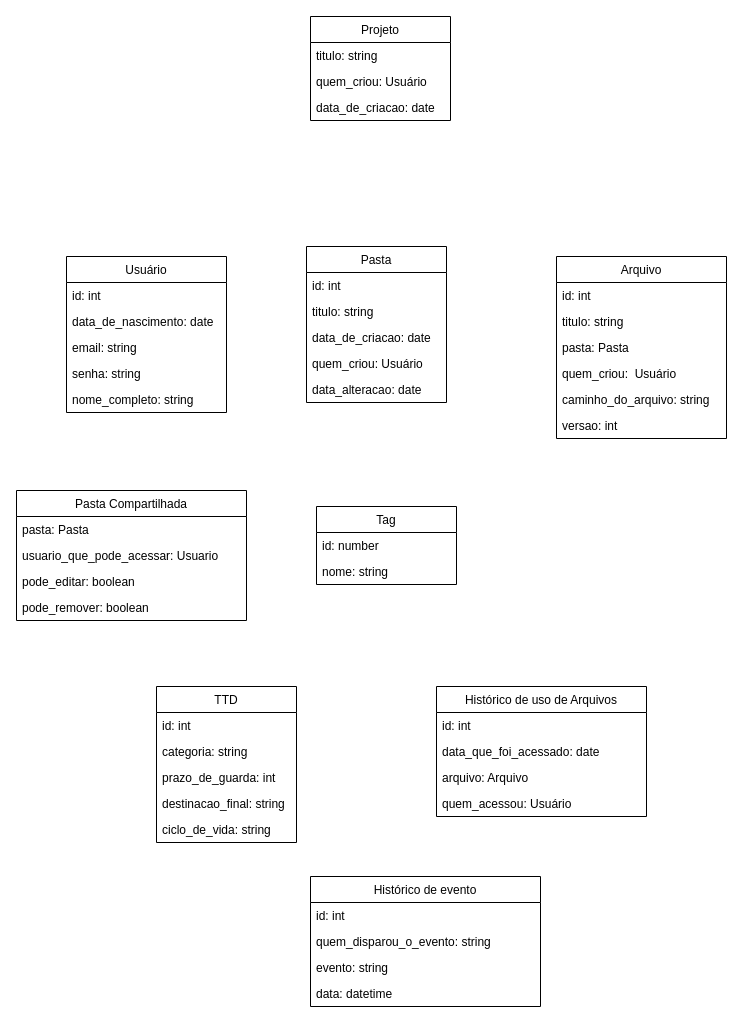
diaszin/GeD keeps this draw.io diagram as UML.drawio. Above is the earlier version. Source tidied: cells renumbered, new cells numbered last; positions are measured from the earlier drawing's top-left corner, leaving out a move shared by most shapes. Both pictures are drawn from the tidied source at 100%, with x=0, y=0 at pixel (16, 16).
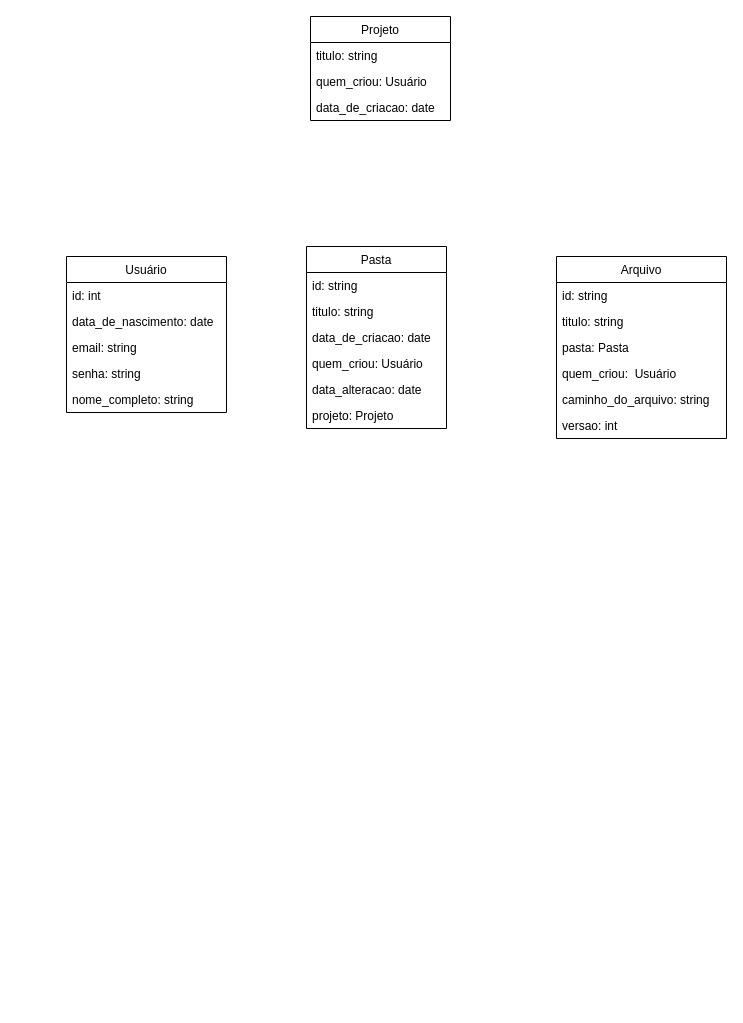
The same diagram, later.

The change refers to these unchanged cells:
```xml
<mxCell id="14" value="Arquivo" style="swimlane;fontStyle=0;horizontal=1;startSize=26;fillColor=none;" parent="1" vertex="1">
  <mxGeometry x="540" y="240" width="170" height="182" as="geometry" />
</mxCell>
```

Diff of the diagram source:
```diff
@@
     <mxCell id="8" value="Pasta" style="swimlane;fontStyle=0;horizontal=1;startSize=26;fillColor=none;" parent="1" vertex="1">
-      <mxGeometry x="290" y="230" width="140" height="156" as="geometry" />
+      <mxGeometry x="290" y="230" width="140" height="182" as="geometry" />
     </mxCell>
-    <mxCell id="9" value="id: int" style="text;strokeColor=none;fillColor=none;align=left;verticalAlign=top;spacingLeft=4;spacingRight=4;overflow=hidden;" parent="8" vertex="1">
+    <mxCell id="9" value="id: string" style="text;strokeColor=none;fillColor=none;align=left;verticalAlign=top;spacingLeft=4;spacingRight=4;overflow=hidden;" parent="8" vertex="1">
       <mxGeometry y="26" width="140" height="26" as="geometry" />
     </mxCell>
@@
+    <mxCell id="49" value="projeto: Projeto" style="text;strokeColor=none;fillColor=none;align=left;verticalAlign=top;spacingLeft=4;spacingRight=4;overflow=hidden;" parent="8" vertex="1">
+      <mxGeometry y="156" width="140" height="26" as="geometry" />
+    </mxCell>
@@
-    <mxCell id="15" value="id: int" style="text;strokeColor=none;fillColor=none;align=left;verticalAlign=top;spacingLeft=4;spacingRight=4;overflow=hidden;" parent="14" vertex="1">
+    <mxCell id="15" value="id: string" style="text;strokeColor=none;fillColor=none;align=left;verticalAlign=top;spacingLeft=4;spacingRight=4;overflow=hidden;" parent="14" vertex="1">
       <mxGeometry y="26" width="170" height="26" as="geometry" />
     </mxCell>
@@
-    <mxCell id="21" value="TTD" style="swimlane;fontStyle=0;horizontal=1;startSize=26;fillColor=none;" parent="1" vertex="1">
-      <mxGeometry x="140" y="670" width="140" height="156" as="geometry" />
-    </mxCell>
-    <mxCell id="22" value="id: int" style="text;strokeColor=none;fillColor=none;align=left;verticalAlign=top;spacingLeft=4;spacingRight=4;overflow=hidden;" parent="21" vertex="1">
-      <mxGeometry y="26" width="140" height="26" as="geometry" />
-    </mxCell>
-    <mxCell id="23" value="categoria: string" style="text;strokeColor=none;fillColor=none;align=left;verticalAlign=top;spacingLeft=4;spacingRight=4;overflow=hidden;" parent="21" vertex="1">
-      <mxGeometry y="52" width="140" height="26" as="geometry" />
-    </mxCell>
-    <mxCell id="24" value="prazo_de_guarda: int" style="text;strokeColor=none;fillColor=none;align=left;verticalAlign=top;spacingLeft=4;spacingRight=4;overflow=hidden;" parent="21" vertex="1">
-      <mxGeometry y="78" width="140" height="26" as="geometry" />
-    </mxCell>
-    <mxCell id="25" value="destinacao_final: string" style="text;strokeColor=none;fillColor=none;align=left;verticalAlign=top;spacingLeft=4;spacingRight=4;overflow=hidden;" parent="21" vertex="1">
-      <mxGeometry y="104" width="140" height="26" as="geometry" />
-    </mxCell>
-    <mxCell id="26" value="ciclo_de_vida: string" style="text;strokeColor=none;fillColor=none;align=left;verticalAlign=top;spacingLeft=4;spacingRight=4;overflow=hidden;" parent="21" vertex="1">
-      <mxGeometry y="130" width="140" height="26" as="geometry" />
-    </mxCell>
-    <mxCell id="27" value="Histórico de uso de Arquivos" style="swimlane;fontStyle=0;horizontal=1;startSize=26;fillColor=none;" parent="1" vertex="1">
-      <mxGeometry x="420" y="670" width="210" height="130" as="geometry" />
-    </mxCell>
-    <mxCell id="28" value="id: int" style="text;strokeColor=none;fillColor=none;align=left;verticalAlign=top;spacingLeft=4;spacingRight=4;overflow=hidden;" parent="27" vertex="1">
-      <mxGeometry y="26" width="210" height="26" as="geometry" />
-    </mxCell>
-    <mxCell id="29" value="data_que_foi_acessado: date" style="text;strokeColor=none;fillColor=none;align=left;verticalAlign=top;spacingLeft=4;spacingRight=4;overflow=hidden;" parent="27" vertex="1">
-      <mxGeometry y="52" width="210" height="26" as="geometry" />
-    </mxCell>
-    <mxCell id="30" value="arquivo: Arquivo" style="text;strokeColor=none;fillColor=none;align=left;verticalAlign=top;spacingLeft=4;spacingRight=4;overflow=hidden;" parent="27" vertex="1">
-      <mxGeometry y="78" width="210" height="26" as="geometry" />
-    </mxCell>
-    <mxCell id="31" value="quem_acessou: Usuário" style="text;strokeColor=none;fillColor=none;align=left;verticalAlign=top;spacingLeft=4;spacingRight=4;overflow=hidden;" parent="27" vertex="1">
-      <mxGeometry y="104" width="210" height="26" as="geometry" />
-    </mxCell>
@@
-    <mxCell id="36" value="Histórico de evento" style="swimlane;fontStyle=0;horizontal=1;startSize=26;fillColor=none;" parent="1" vertex="1">
-      <mxGeometry x="294" y="860" width="230" height="130" as="geometry" />
-    </mxCell>
-    <mxCell id="37" value="id: int" style="text;strokeColor=none;fillColor=none;align=left;verticalAlign=top;spacingLeft=4;spacingRight=4;overflow=hidden;" parent="36" vertex="1">
-      <mxGeometry y="26" width="230" height="26" as="geometry" />
-    </mxCell>
-    <mxCell id="38" value="quem_disparou_o_evento: string" style="text;strokeColor=none;fillColor=none;align=left;verticalAlign=top;spacingLeft=4;spacingRight=4;overflow=hidden;" parent="36" vertex="1">
-      <mxGeometry y="52" width="230" height="26" as="geometry" />
-    </mxCell>
-    <mxCell id="39" value="evento: string" style="text;strokeColor=none;fillColor=none;align=left;verticalAlign=top;spacingLeft=4;spacingRight=4;overflow=hidden;" parent="36" vertex="1">
-      <mxGeometry y="78" width="230" height="26" as="geometry" />
-    </mxCell>
-    <mxCell id="40" value="data: datetime" style="text;strokeColor=none;fillColor=none;align=left;verticalAlign=top;spacingLeft=4;spacingRight=4;overflow=hidden;" parent="36" vertex="1">
-      <mxGeometry y="104" width="230" height="26" as="geometry" />
-    </mxCell>
-    <mxCell id="41" value="Tag" style="swimlane;fontStyle=0;horizontal=1;startSize=26;fillColor=none;" parent="1" vertex="1">
-      <mxGeometry x="300" y="490" width="140" height="78" as="geometry" />
-    </mxCell>
-    <mxCell id="42" value="id: number" style="text;strokeColor=none;fillColor=none;align=left;verticalAlign=top;spacingLeft=4;spacingRight=4;overflow=hidden;" parent="41" vertex="1">
-      <mxGeometry y="26" width="140" height="26" as="geometry" />
-    </mxCell>
-    <mxCell id="43" value="nome: string" style="text;strokeColor=none;fillColor=none;align=left;verticalAlign=top;spacingLeft=4;spacingRight=4;overflow=hidden;" parent="41" vertex="1">
-      <mxGeometry y="52" width="140" height="26" as="geometry" />
-    </mxCell>
-    <mxCell id="44" value="Pasta Compartilhada" style="swimlane;fontStyle=0;horizontal=1;startSize=26;fillColor=none;" parent="1" vertex="1">
-      <mxGeometry y="474" width="230" height="130" as="geometry" />
-    </mxCell>
-    <mxCell id="45" value="pasta: Pasta" style="text;strokeColor=none;fillColor=none;align=left;verticalAlign=top;spacingLeft=4;spacingRight=4;overflow=hidden;" parent="44" vertex="1">
-      <mxGeometry y="26" width="230" height="26" as="geometry" />
-    </mxCell>
-    <mxCell id="46" value="usuario_que_pode_acessar: Usuario" style="text;strokeColor=none;fillColor=none;align=left;verticalAlign=top;spacingLeft=4;spacingRight=4;overflow=hidden;" parent="44" vertex="1">
-      <mxGeometry y="52" width="230" height="26" as="geometry" />
-    </mxCell>
-    <mxCell id="47" value="pode_editar: boolean" style="text;strokeColor=none;fillColor=none;align=left;verticalAlign=top;spacingLeft=4;spacingRight=4;overflow=hidden;" parent="44" vertex="1">
-      <mxGeometry y="78" width="230" height="26" as="geometry" />
-    </mxCell>
-    <mxCell id="48" value="pode_remover: boolean" style="text;strokeColor=none;fillColor=none;align=left;verticalAlign=top;spacingLeft=4;spacingRight=4;overflow=hidden;" parent="44" vertex="1">
-      <mxGeometry y="104" width="230" height="26" as="geometry" />
-    </mxCell>
```
